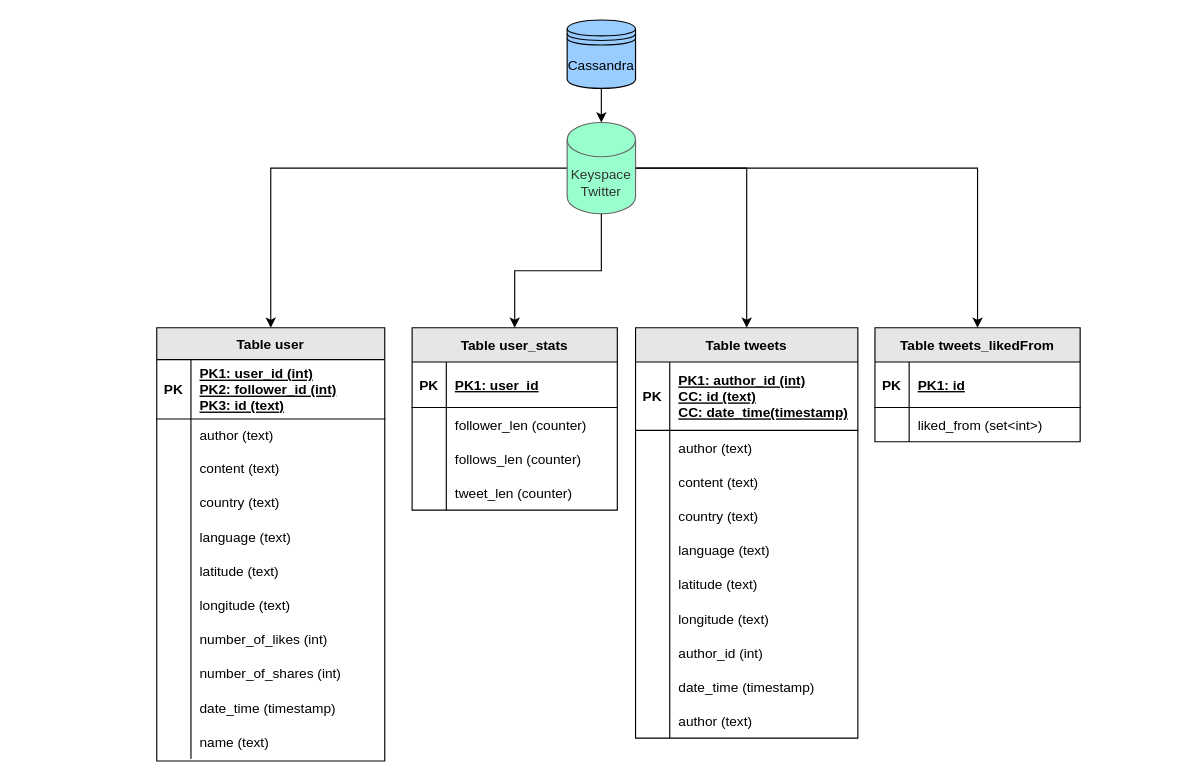
Before: page "Page-1" (1 of 2) of architecture-cass.drawio in Miracle-Fruit/kikeriki, a draw.io diagram. Source tidied: cells renumbered, new cells numbered last; positions are measured from the earlier drawing's top-left corner, leaving out a move shared by most shapes. Both pictures are drawn from the tidied source at 114%, with x=0, y=0 at pixel (156, 19).
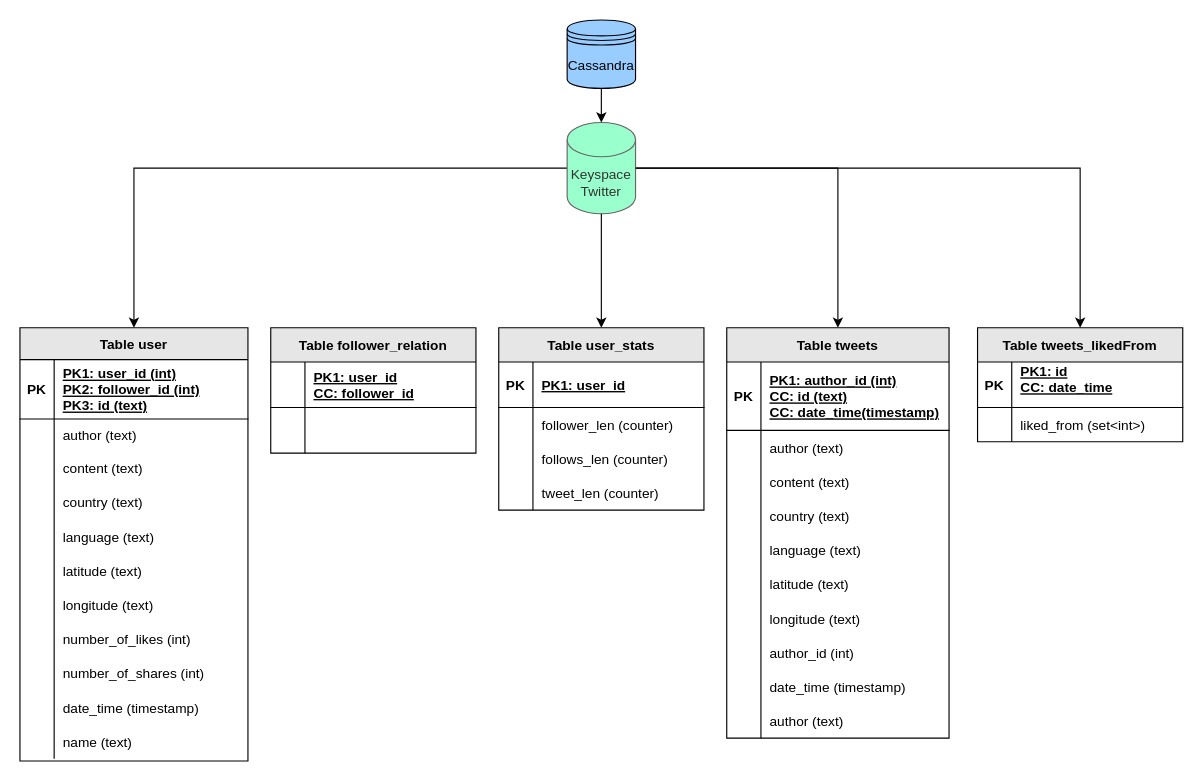
After the change.

Commit message (it also covers changes not shown here):
add follower_relation

Unchanged cells that the change refers to:
```xml
<mxCell id="89" style="shape=tableRow;horizontal=0;startSize=0;swimlaneHead=0;swimlaneBody=0;fillColor=none;top=0;left=0;right=0;bottom=1;" parent="88" vertex="1">
  <mxGeometry y="30" width="180" height="40" as="geometry" />
</mxCell>
```

Change to the diagram source:
```diff
@@
     <mxCell id="6" value="Table user_stats" style="shape=table;startSize=30;childLayout=tableLayout;rowLines=0;fontStyle=1;align=center;fillColor=#E6E6E6;" parent="1" vertex="1">
-      <mxGeometry x="224" y="270" width="180" height="160" as="geometry" />
+      <mxGeometry x="300" y="270" width="180" height="160" as="geometry" />
     </mxCell>
@@
     <mxCell id="19" value="Table user" style="shape=table;startSize=28;childLayout=tableLayout;rowLines=0;fontStyle=1;align=center;fillColor=#E6E6E6;arcSize=15;rounded=0;" parent="1" vertex="1">
-      <mxGeometry y="270" width="200" height="380" as="geometry" />
+      <mxGeometry x="-120" y="270" width="200" height="380" as="geometry" />
     </mxCell>
@@
     <mxCell id="56" value="Table tweets" style="shape=table;startSize=30;childLayout=tableLayout;rowLines=0;fontStyle=1;align=center;fillColor=#E6E6E6;" parent="1" vertex="1">
-      <mxGeometry x="420" y="270" width="195" height="360" as="geometry" />
+      <mxGeometry x="500" y="270" width="195" height="360" as="geometry" />
     </mxCell>
@@
     <mxCell id="88" value="Table tweets_likedFrom" style="shape=table;startSize=30;childLayout=tableLayout;rowLines=0;fontStyle=1;align=center;fillColor=#E6E6E6;" parent="1" vertex="1">
-      <mxGeometry x="630" y="270" width="180" height="100" as="geometry" />
+      <mxGeometry x="720" y="270" width="180" height="100" as="geometry" />
     </mxCell>
@@
-    <mxCell id="91" value="PK1: id" style="shape=partialRectangle;fillColor=none;top=0;left=0;bottom=0;right=0;align=left;spacingLeft=6;fontStyle=5;overflow=hidden;" parent="89" vertex="1">
+    <mxCell id="91" value="PK1: id&#10;CC: date_time&#10;" style="shape=partialRectangle;fillColor=none;top=0;left=0;bottom=0;right=0;align=left;spacingLeft=6;fontStyle=5;overflow=hidden;" parent="89" vertex="1">
       <mxGeometry x="30" width="150" height="40" as="geometry" />
     </mxCell>
@@
+    <mxCell id="95" value="Table follower_relation" style="shape=table;startSize=30;childLayout=tableLayout;rowLines=0;fontStyle=1;align=center;fillColor=#E6E6E6;" parent="1" vertex="1">
+      <mxGeometry x="100" y="270" width="180" height="110" as="geometry" />
+    </mxCell>
+    <mxCell id="96" style="shape=tableRow;horizontal=0;startSize=0;swimlaneHead=0;swimlaneBody=0;fillColor=none;top=0;left=0;right=0;bottom=1;" parent="95" vertex="1">
+      <mxGeometry y="30" width="180" height="40" as="geometry" />
+    </mxCell>
+    <mxCell id="97" style="shape=partialRectangle;fillColor=none;top=0;left=0;bottom=0;right=0;fontStyle=1;overflow=hidden;" parent="96" vertex="1">
+      <mxGeometry width="30" height="40" as="geometry" />
+    </mxCell>
+    <mxCell id="98" value="PK1: user_id&#10;CC: follower_id" style="shape=partialRectangle;fillColor=none;top=0;left=0;bottom=0;right=0;align=left;spacingLeft=6;fontStyle=5;overflow=hidden;" parent="96" vertex="1">
+      <mxGeometry x="30" width="150" height="40" as="geometry" />
+    </mxCell>
+    <mxCell id="99" style="shape=tableRow;horizontal=0;startSize=0;swimlaneHead=0;swimlaneBody=0;fillColor=none;top=0;left=0;right=0;bottom=0;" parent="95" vertex="1">
+      <mxGeometry y="70" width="180" height="40" as="geometry" />
+    </mxCell>
+    <mxCell id="100" style="shape=partialRectangle;fillColor=none;top=0;left=0;bottom=0;right=0;overflow=hidden;" parent="99" vertex="1">
+      <mxGeometry width="30" height="40" as="geometry" />
+    </mxCell>
+    <mxCell id="101" style="shape=partialRectangle;fillColor=none;top=0;left=0;bottom=0;right=0;align=left;spacingLeft=6;overflow=hidden;" parent="99" vertex="1">
+      <mxGeometry x="30" width="150" height="40" as="geometry" />
+    </mxCell>
```
